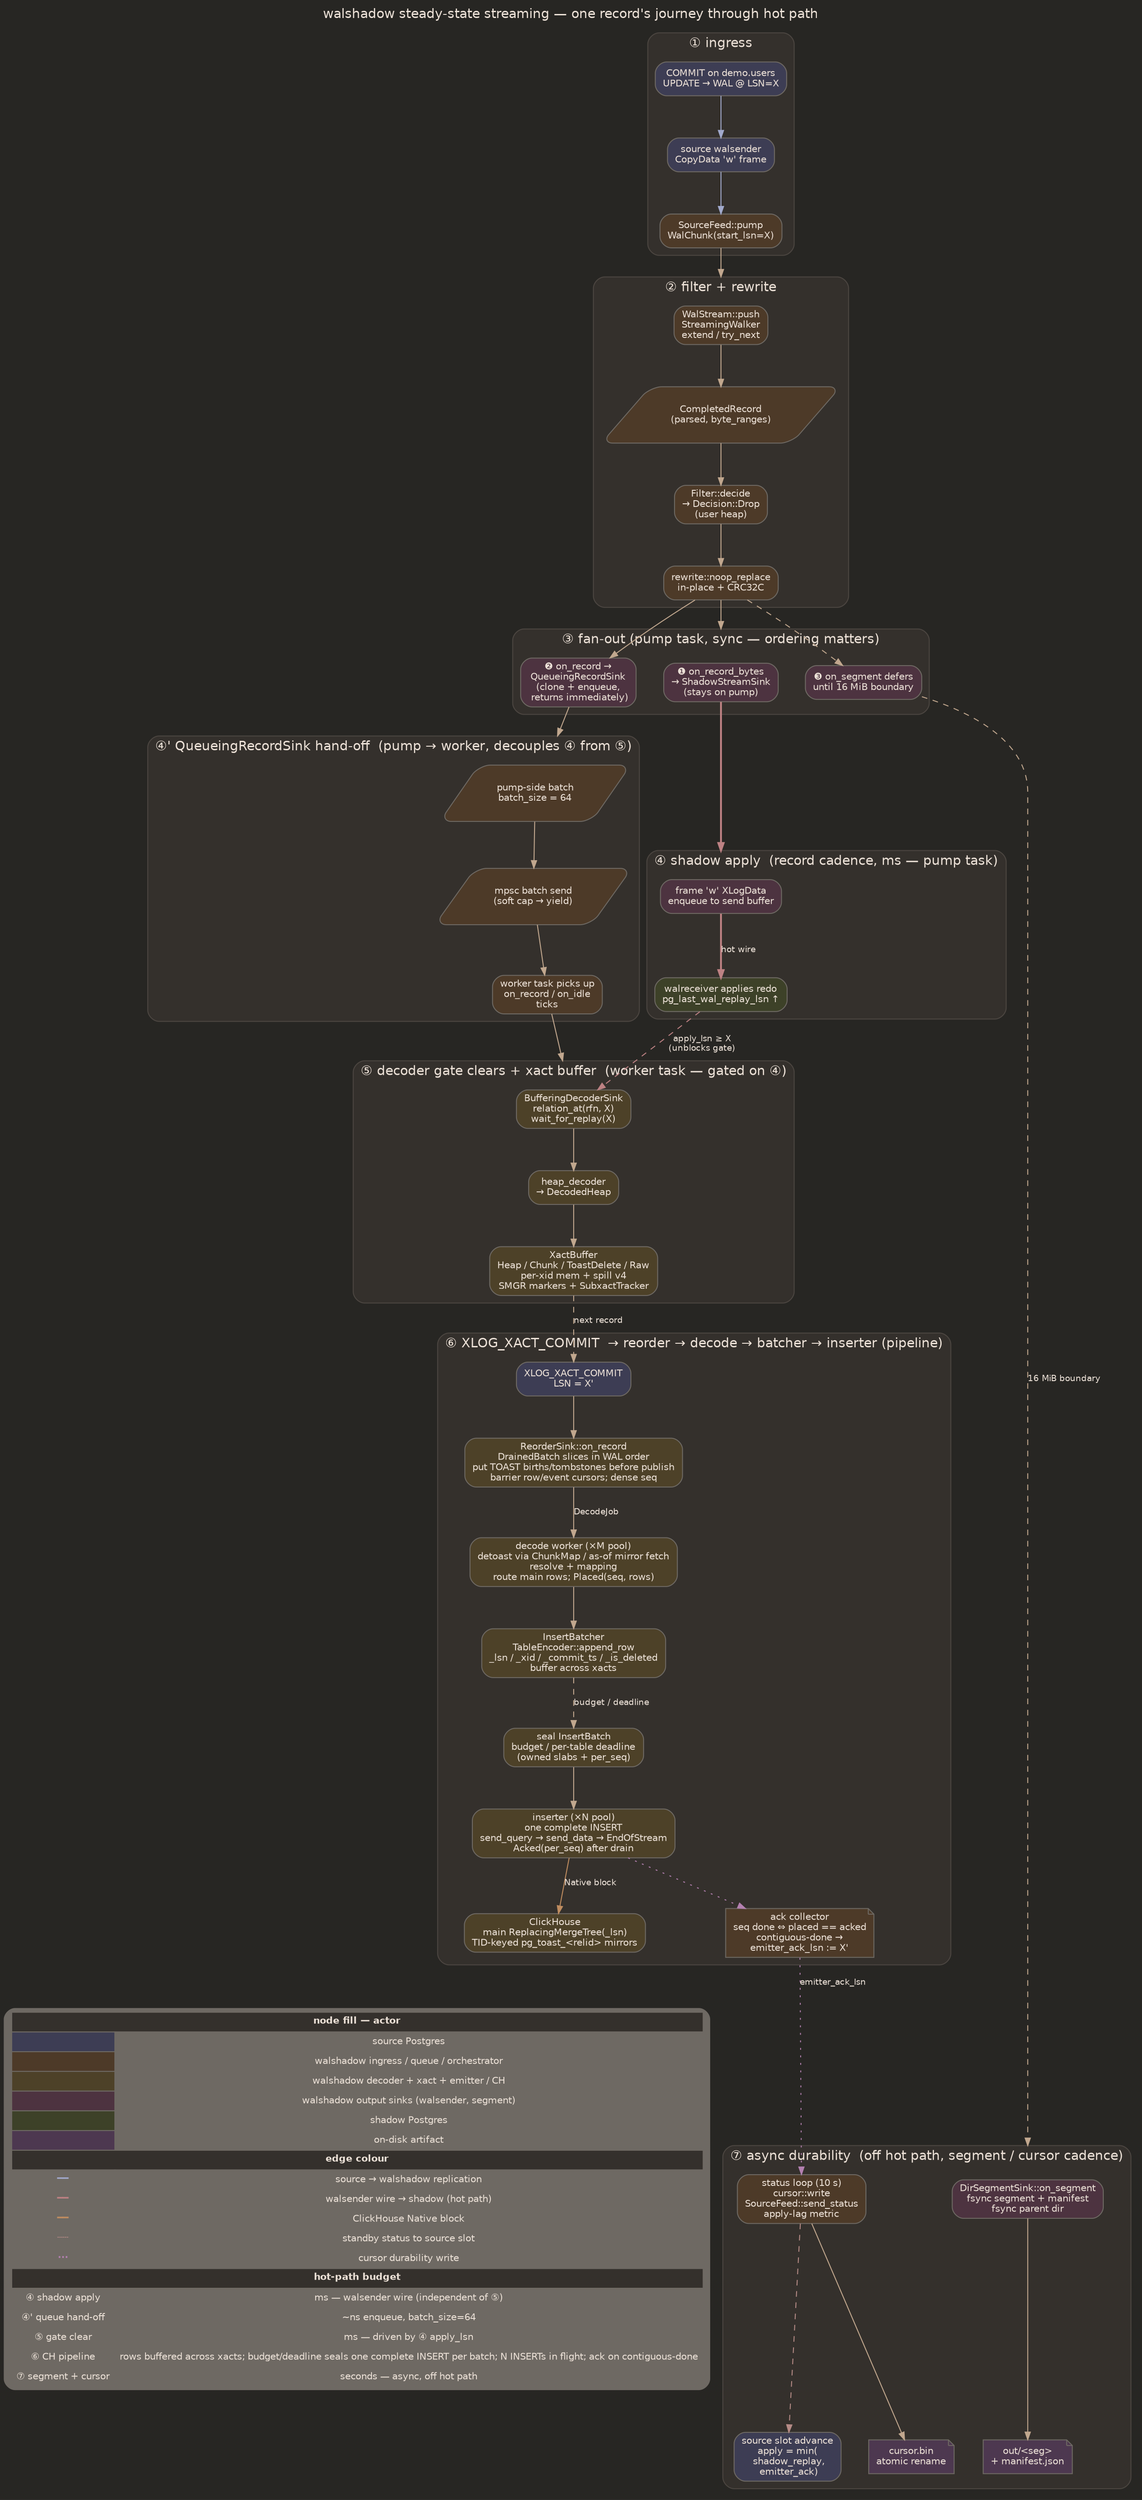
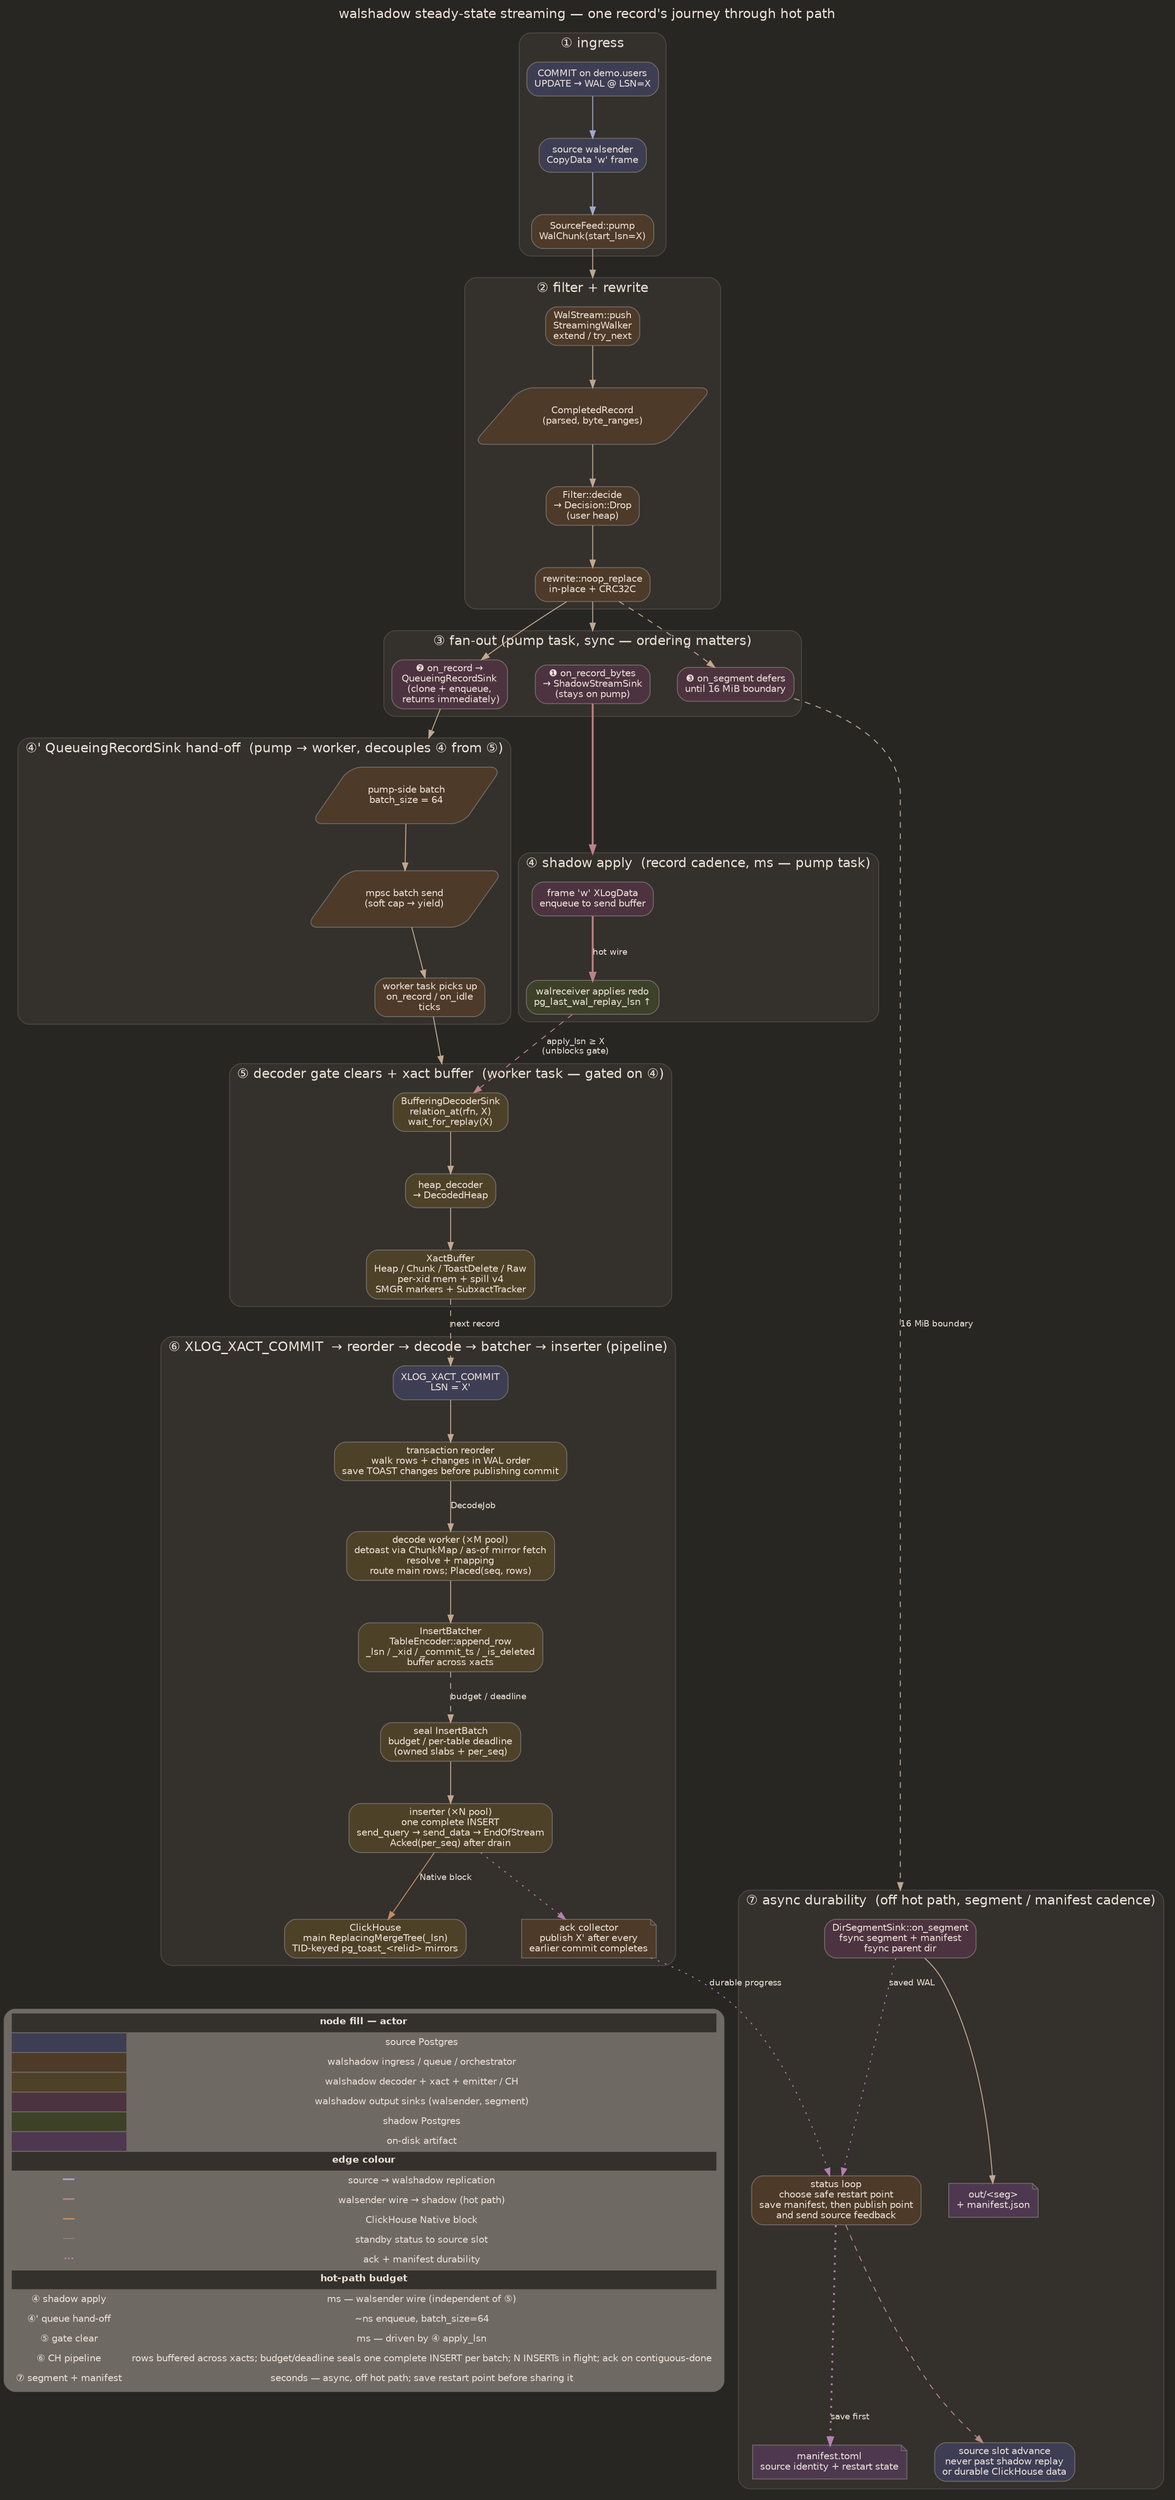
// walshadow — steady-state streaming: one record's journey
// rankdir=TB — pipeline reads top→bottom; was LR but ran 6× wider than tall
digraph timeline_streaming {
  rankdir=TB;
  compound=true;
  graph [fontname="Helvetica", labelloc="t", label="walshadow steady-state streaming — one record's journey through hot path", fontsize=14, splines=spline, nodesep=0.4, ranksep=0.6, bgcolor="#272623", fontcolor="#ECE1D7"];
  node  [fontname="Helvetica", fontsize=10, shape=box, style="rounded,filled", color="#6E6963", fontcolor="#ECE1D7"];
  edge  [fontname="Helvetica", fontsize=9, arrowsize=0.8, color="#c1a78e", fontcolor="#ECE1D7"];

  // ═════ ① ingress ═════
  subgraph cluster_p1 {
    label="① ingress";
    style="rounded,filled"; color="#4c4641"; fillcolor="#34302c"; fontcolor="#ECE1D7";

    commit [label="COMMIT on demo.users\nUPDATE → WAL @ LSN=X", fillcolor="#3D3D54"];
    wsend  [label="source walsender\nCopyData 'w' frame", fillcolor="#3D3D54"];
    feed   [label="SourceFeed::pump\nWalChunk(start_lsn=X)", fillcolor="#4D3A28"];
    commit -> wsend -> feed [color="#A1A9CC"];
  }

  // ═════ ② filter + rewrite ═════
  subgraph cluster_p2 {
    label="② filter + rewrite";
    style="rounded,filled"; color="#4c4641"; fillcolor="#34302c"; fontcolor="#ECE1D7";

    push   [label="WalStream::push\nStreamingWalker\nextend / try_next", fillcolor="#4D3A28"];
    rec    [label="CompletedRecord\n(parsed, byte_ranges)", fillcolor="#4D3A28", shape=parallelogram];
    decide [label="Filter::decide\n→ Decision::Drop\n(user heap)", fillcolor="#4D3A28"];
    rewr   [label="rewrite::noop_replace\nin-place + CRC32C", fillcolor="#4D3A28"];
    push -> rec -> decide -> rewr;
  }
  feed -> push [lhead=cluster_p2];

  // ═════ ③ fan-out (pump task — synchronous dispatch in order) ═════
  subgraph cluster_p3 {
    label="③ fan-out (pump task, sync — ordering matters)";
    style="rounded,filled"; color="#4c4641"; fillcolor="#34302c"; fontcolor="#ECE1D7";

    fbytes [label="❶ on_record_bytes\n→ ShadowStreamSink\n(stays on pump)", fillcolor="#4D3340"];
    frec   [label="❷ on_record →\nQueueingRecordSink\n(clone + enqueue,\n returns immediately)", fillcolor="#4D3340"];
    fseg   [label="❸ on_segment defers\nuntil 16 MiB boundary", fillcolor="#4D3340"];
  }
  rewr -> fbytes [lhead=cluster_p3];
  rewr -> frec;
  rewr -> fseg [style=dashed];

  // ═════ ④ shadow apply (hot wire — independent of decoder) ═════
  subgraph cluster_p4 {
    label="④ shadow apply  (record cadence, ms — pump task)";
    style="rounded,filled"; color="#4c4641"; fillcolor="#34302c"; fontcolor="#ECE1D7";

    frame4 [label="frame 'w' XLogData\nenqueue to send buffer", fillcolor="#4D3340"];
    recv4  [label="walreceiver applies redo\npg_last_wal_replay_lsn ↑", fillcolor="#3D4128"];
    frame4 -> recv4 [label="hot wire", color="#BD8183", penwidth=2];
  }
  fbytes -> frame4 [lhead=cluster_p4, color="#BD8183", penwidth=2];

  // ═════ ④' QueueingRecordSink hand-off ═════
  subgraph cluster_pQ {
    label="④' QueueingRecordSink hand-off  (pump → worker, decouples ④ from ⑤)";
    style="rounded,filled"; color="#4c4641"; fillcolor="#34302c"; fontcolor="#ECE1D7";

    qbuf [label="pump-side batch\nbatch_size = 64", fillcolor="#4D3A28", shape=parallelogram];
    qchn [label="mpsc batch send\n(soft cap → yield)", fillcolor="#4D3A28", shape=parallelogram];
    qwrk [label="worker task picks up\non_record / on_idle\nticks", fillcolor="#4D3A28"];
    qbuf -> qchn -> qwrk;
  }
  frec -> qbuf [lhead=cluster_pQ];

  // ═════ ⑤ decoder gate + xact buffer (worker task) ═════
  subgraph cluster_p5 {
    label="⑤ decoder gate clears + xact buffer  (worker task — gated on ④)";
    style="rounded,filled"; color="#4c4641"; fillcolor="#34302c"; fontcolor="#ECE1D7";

    gate5 [label="BufferingDecoderSink\nrelation_at(rfn, X)\nwait_for_replay(X)", fillcolor="#4D4128"];
    dec5  [label="heap_decoder\n→ DecodedHeap", fillcolor="#4D4128"];
    buf5  [label="XactBuffer\nHeap / Chunk / ToastDelete / Raw\nper-xid mem + spill v4\nSMGR markers + SubxactTracker", fillcolor="#4D4128"];
    gate5 -> dec5 -> buf5;
  }
  qwrk -> gate5 [lhead=cluster_p5];
  recv4 -> gate5 [label="apply_lsn ≥ X\n(unblocks gate)", style=dashed, color="#BD8183"];

  // ═════ ⑥ commit drain → CH (parallel pipeline) ═════
  subgraph cluster_p6 {
    label="⑥ XLOG_XACT_COMMIT  → reorder → decode → batcher → inserter (pipeline)";
    style="rounded,filled"; color="#4c4641"; fillcolor="#34302c"; fontcolor="#ECE1D7";

    cmt6   [label="XLOG_XACT_COMMIT\nLSN = X'", fillcolor="#3D3D54"];
-     drain6 [label="ReorderSink::on_record\nDrainedBatch slices in WAL order\nput TOAST births/tombstones before publish\nbarrier row/event cursors; dense seq", fillcolor="#4D4128"];
+     drain6 [label="transaction reorder\nwalk rows + changes in WAL order\nsave TOAST changes before publishing commit", fillcolor="#4D4128"];
    dec6   [label="decode worker (×M pool)\ndetoast via ChunkMap / as-of mirror fetch\nresolve + mapping\nroute main rows; Placed(seq, rows)", fillcolor="#4D4128"];
    enc6   [label="InsertBatcher\nTableEncoder::append_row\n_lsn / _xid / _commit_ts / _is_deleted\nbuffer across xacts", fillcolor="#4D4128"];
    seal6  [label="seal InsertBatch\nbudget / per-table deadline\n(owned slabs + per_seq)", fillcolor="#4D4128"];
    close6 [label="inserter (×N pool)\none complete INSERT\nsend_query → send_data → EndOfStream\nAcked(per_seq) after drain", fillcolor="#4D4128"];
-     ack6   [label="ack collector\nseq done ⇔ placed == acked\ncontiguous-done →\nemitter_ack_lsn := X'", fillcolor="#4D3A28", shape=note];
+     ack6   [label="ack collector\npublish X' after every\nearlier commit completes", fillcolor="#4D3A28", shape=note];
    ch6    [label="ClickHouse\nmain ReplacingMergeTree(_lsn)\nTID-keyed pg_toast_<relid> mirrors", fillcolor="#4D4128"];

    cmt6 -> drain6;
    drain6 -> dec6 [label="DecodeJob"];
    dec6 -> enc6;
    enc6 -> seal6 [style=dashed, label="budget / deadline"];
    seal6 -> close6;
    close6 -> ch6 [label="Native block", color="#BF8C5F"];
    close6 -> ack6 [style=dotted, color="#b380b0"];
  }
  buf5 -> cmt6 [label="next record", style=dashed];

  // ═════ ⑦ async durability (off hot path) ═════
  subgraph cluster_p7 {
-     label="⑦ async durability  (off hot path, segment / cursor cadence)";
+     label="⑦ async durability  (off hot path, segment / manifest cadence)";
    style="rounded,filled"; color="#4c4641"; fillcolor="#34302c"; fontcolor="#ECE1D7";

    seg7  [label="DirSegmentSink::on_segment\nfsync segment + manifest\nfsync parent dir", fillcolor="#4D3340"];
    out7  [label="out/<seg>\n+ manifest.json", fillcolor="#4D3850", shape=note];
-     cur7  [label="status loop (10 s)\ncursor::write\nSourceFeed::send_status\napply-lag metric", fillcolor="#4D3A28"];
-     curd7 [label="cursor.bin\natomic rename", fillcolor="#4D3850", shape=note];
-     slot7 [label="source slot advance\napply = min(\n shadow_replay,\n emitter_ack)", fillcolor="#3D3D54"];
+     status7 [label="status loop\nchoose safe restart point\nsave manifest, then publish point\nand send source feedback", fillcolor="#4D3A28"];
+     manifest7 [label="manifest.toml\nsource identity + restart state", fillcolor="#4D3850", shape=note];
+     slot7 [label="source slot advance\nnever past shadow replay\nor durable ClickHouse data", fillcolor="#3D3D54"];

    seg7 -> out7;
-     cur7 -> curd7;
-     cur7 -> slot7 [color="#B58B86", style=dashed];
+     seg7 -> status7 [style=dotted, color="#b380b0", label="saved WAL"];
+     status7 -> manifest7 [style=dotted, color="#b380b0", penwidth=2, label="save first"];
+     status7 -> slot7 [color="#B58B86", style=dashed];
  }
  fseg -> seg7 [label="16 MiB boundary", style=dashed, lhead=cluster_p7];
-   ack6 -> cur7 [style=dotted, color="#b380b0", label="emitter_ack_lsn"];
+   ack6 -> status7 [style=dotted, color="#b380b0", label="durable progress"];

  // ═════ Legend + budget table ═════
  legend [shape=plaintext, label=<
    <TABLE BORDER="0" CELLBORDER="1" CELLSPACING="0" CELLPADDING="4">
      <TR><TD COLSPAN="2" BGCOLOR="#34302c"><B>node fill — actor</B></TD></TR>
      <TR><TD BGCOLOR="#3D3D54" WIDTH="28"></TD><TD>source Postgres</TD></TR>
      <TR><TD BGCOLOR="#4D3A28"></TD><TD>walshadow ingress / queue / orchestrator</TD></TR>
      <TR><TD BGCOLOR="#4D4128"></TD><TD>walshadow decoder + xact + emitter / CH</TD></TR>
      <TR><TD BGCOLOR="#4D3340"></TD><TD>walshadow output sinks (walsender, segment)</TD></TR>
      <TR><TD BGCOLOR="#3D4128"></TD><TD>shadow Postgres</TD></TR>
      <TR><TD BGCOLOR="#4D3850"></TD><TD>on-disk artifact</TD></TR>
      <TR><TD COLSPAN="2" BGCOLOR="#34302c"><B>edge colour</B></TD></TR>
      <TR><TD><FONT COLOR="#A1A9CC"><B>━━</B></FONT></TD><TD>source → walshadow replication</TD></TR>
      <TR><TD><FONT COLOR="#BD8183"><B>━━</B></FONT></TD><TD>walsender wire → shadow (hot path)</TD></TR>
      <TR><TD><FONT COLOR="#BF8C5F"><B>━━</B></FONT></TD><TD>ClickHouse Native block</TD></TR>
      <TR><TD><FONT COLOR="#B58B86"><B>┄┄</B></FONT></TD><TD>standby status to source slot</TD></TR>
-       <TR><TD><FONT COLOR="#b380b0"><B>···</B></FONT></TD><TD>cursor durability write</TD></TR>
+       <TR><TD><FONT COLOR="#b380b0"><B>···</B></FONT></TD><TD>ack + manifest durability</TD></TR>
      <TR><TD COLSPAN="2" BGCOLOR="#34302c"><B>hot-path budget</B></TD></TR>
      <TR><TD>④ shadow apply</TD><TD>ms — walsender wire (independent of ⑤)</TD></TR>
      <TR><TD>④' queue hand-off</TD><TD>~ns enqueue, batch_size=64</TD></TR>
      <TR><TD>⑤ gate clear</TD><TD>ms — driven by ④ apply_lsn</TD></TR>
      <TR><TD>⑥ CH pipeline</TD><TD>rows buffered across xacts; budget/deadline seals one complete INSERT per batch; N INSERTs in flight; ack on contiguous-done</TD></TR>
-       <TR><TD>⑦ segment + cursor</TD><TD>seconds — async, off hot path</TD></TR>
+       <TR><TD>⑦ segment + manifest</TD><TD>seconds — async, off hot path; save restart point before sharing it</TD></TR>
    </TABLE>
  >];
  ch6 -> legend [style=invis];
}
